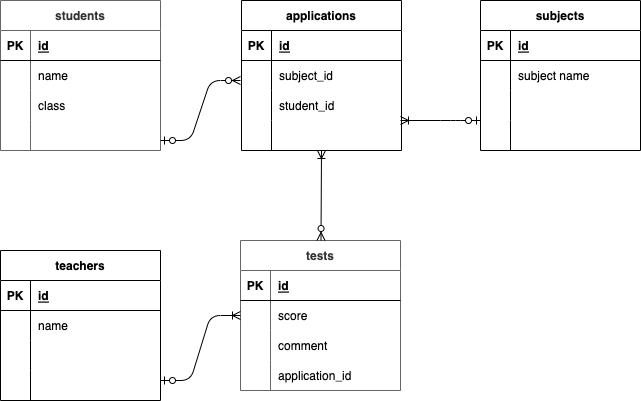
Earlier version of the draw.io export index.drawio.png (1000sky/20220601majima). Source tidied: cells renumbered, new cells last; positions are measured from the earlier drawing's top-left corner, leaving out a move shared by most shapes.
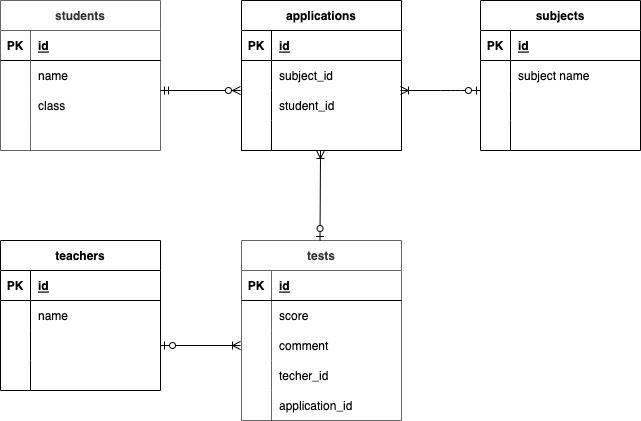
After the commit.

Change to the diagram source:
```diff
@@ -81,7 +81,7 @@
       <mxGeometry x="30" width="130" height="30" as="geometry" />
     </mxCell>
     <mxCell id="28" value="teachers" style="shape=table;startSize=30;rowLines=0;fontStyle=1;align=center;fontColor=#000000;swimlaneFillColor=#FFFFFF;" parent="1" vertex="1">
-      <mxGeometry y="250" width="160" height="150" as="geometry" />
+      <mxGeometry y="240" width="160" height="150" as="geometry" />
     </mxCell>
     <mxCell id="29" style="shape=partialRectangle;fillColor=none;top=0;left=0;bottom=1;right=0;fontColor=#F0F0F0;" parent="28" vertex="1">
       <mxGeometry y="30" width="160" height="30" as="geometry" />
@@ -120,7 +120,7 @@
       <mxGeometry x="30" width="130" height="30" as="geometry" />
     </mxCell>
     <mxCell id="41" value="tests" style="shape=table;startSize=30;rowLines=0;fontStyle=1;align=center;labelBackgroundColor=none;swimlaneFillColor=default;fillColor=#FFFFFF;fontColor=#333333;strokeColor=#666666;" parent="1" vertex="1">
-      <mxGeometry x="240" y="240" width="160" height="150" as="geometry" />
+      <mxGeometry x="241" y="240" width="160" height="180" as="geometry" />
     </mxCell>
     <mxCell id="42" style="shape=partialRectangle;fillColor=none;top=0;left=0;bottom=1;right=0;" parent="41" vertex="1">
       <mxGeometry y="30" width="160" height="30" as="geometry" />
@@ -149,8 +149,17 @@
     <mxCell id="50" value="comment" style="shape=partialRectangle;fillColor=none;top=0;left=0;bottom=0;right=0;align=left;spacingLeft=6;overflow=hidden;" parent="48" vertex="1">
       <mxGeometry x="30" width="130" height="30" as="geometry" />
     </mxCell>
+    <mxCell id="71" style="shape=partialRectangle;fillColor=none;top=0;left=0;bottom=0;right=0;" parent="41" vertex="1">
+      <mxGeometry y="120" width="160" height="30" as="geometry" />
+    </mxCell>
+    <mxCell id="72" style="shape=partialRectangle;fillColor=none;top=0;left=0;bottom=0;right=0;overflow=hidden;" parent="71" vertex="1">
+      <mxGeometry width="30" height="30" as="geometry" />
+    </mxCell>
+    <mxCell id="73" value="techer_id" style="shape=partialRectangle;fillColor=none;top=0;left=0;bottom=0;right=0;align=left;spacingLeft=6;overflow=hidden;" parent="71" vertex="1">
+      <mxGeometry x="30" width="130" height="30" as="geometry" />
+    </mxCell>
     <mxCell id="51" style="shape=partialRectangle;fillColor=none;top=0;left=0;bottom=0;right=0;labelBackgroundColor=none;labelBorderColor=none;fontColor=#000000;strokeColor=#000000;strokeWidth=1;" parent="41" vertex="1">
-      <mxGeometry y="120" width="160" height="30" as="geometry" />
+      <mxGeometry y="150" width="160" height="30" as="geometry" />
     </mxCell>
     <mxCell id="52" style="shape=partialRectangle;fillColor=none;top=0;left=0;bottom=0;right=0;overflow=hidden;labelBackgroundColor=none;labelBorderColor=none;fontColor=#000000;strokeColor=#000000;strokeWidth=1;" parent="51" vertex="1">
       <mxGeometry width="30" height="30" as="geometry" />
@@ -197,32 +206,33 @@
     <mxCell id="66" style="shape=partialRectangle;fillColor=none;top=0;left=0;bottom=0;right=0;align=left;spacingLeft=6;overflow=hidden;fontColor=#F0F0F0;" parent="64" vertex="1">
       <mxGeometry x="30" width="130" height="30" as="geometry" />
     </mxCell>
-    <mxCell id="67" style="edgeStyle=entityRelationEdgeStyle;fontSize=12;html=1;endArrow=ERzeroToMany;startArrow=ERzeroToOne;" parent="1" edge="1">
-      <mxGeometry relative="1" as="geometry">
-        <mxPoint x="160" y="140" as="sourcePoint" />
-        <mxPoint x="240" y="80" as="targetPoint" />
-      </mxGeometry>
-    </mxCell>
-    <mxCell id="68" style="edgeStyle=entityRelationEdgeStyle;fontSize=12;html=1;endArrow=ERoneToMany;startArrow=ERzeroToOne;entryX=0;entryY=0.5;entryDx=0;entryDy=0;" parent="1" edge="1" target="45">
+    <mxCell id="68" style="fontSize=12;html=1;endArrow=ERoneToMany;startArrow=ERzeroToOne;entryX=0;entryY=0.5;entryDx=0;entryDy=0;exitX=1;exitY=0.5;exitDx=0;exitDy=0;" parent="1" edge="1">
       <mxGeometry relative="1" as="geometry">
-        <mxPoint x="160" y="380" as="sourcePoint" />
+        <mxPoint x="160" y="345" as="sourcePoint" />
+        <mxPoint x="240" y="345" as="targetPoint" />
       </mxGeometry>
     </mxCell>
-    <mxCell id="69" style="fontSize=12;html=1;endArrow=ERoneToMany;startArrow=ERzeroToMany;" parent="1" edge="1">
-      <mxGeometry relative="1" as="geometry">
-        <mxPoint x="320.5" y="240" as="sourcePoint" />
-        <mxPoint x="321" y="150" as="targetPoint" />
-      </mxGeometry>
-    </mxCell>
     <mxCell id="70" style="fontSize=12;html=1;endArrow=ERoneToMany;startArrow=ERzeroToOne;" parent="1" edge="1">
       <mxGeometry relative="1" as="geometry">
-        <mxPoint x="480" y="120" as="sourcePoint" />
-        <mxPoint x="400" y="120" as="targetPoint" />
+        <mxPoint x="480" y="90" as="sourcePoint" />
+        <mxPoint x="400" y="90" as="targetPoint" />
         <Array as="points">
-          <mxPoint x="460" y="120" />
-          <mxPoint x="450" y="120" />
+          <mxPoint x="460" y="90" />
+          <mxPoint x="450" y="90" />
         </Array>
       </mxGeometry>
     </mxCell>
+    <mxCell id="74" style="fontSize=12;html=1;endArrow=ERzeroToMany;startArrow=ERmandOne;" parent="1" edge="1">
+      <mxGeometry relative="1" as="geometry">
+        <mxPoint x="160" y="90" as="sourcePoint" />
+        <mxPoint x="240" y="90" as="targetPoint" />
+      </mxGeometry>
+    </mxCell>
+    <mxCell id="75" style="fontSize=12;html=1;endArrow=ERoneToMany;startArrow=ERzeroToOne;" parent="1" edge="1">
+      <mxGeometry relative="1" as="geometry">
+        <mxPoint x="319.5" y="240" as="sourcePoint" />
+        <mxPoint x="320" y="150" as="targetPoint" />
+      </mxGeometry>
+    </mxCell>
   </root>
 </mxGraphModel>
```
